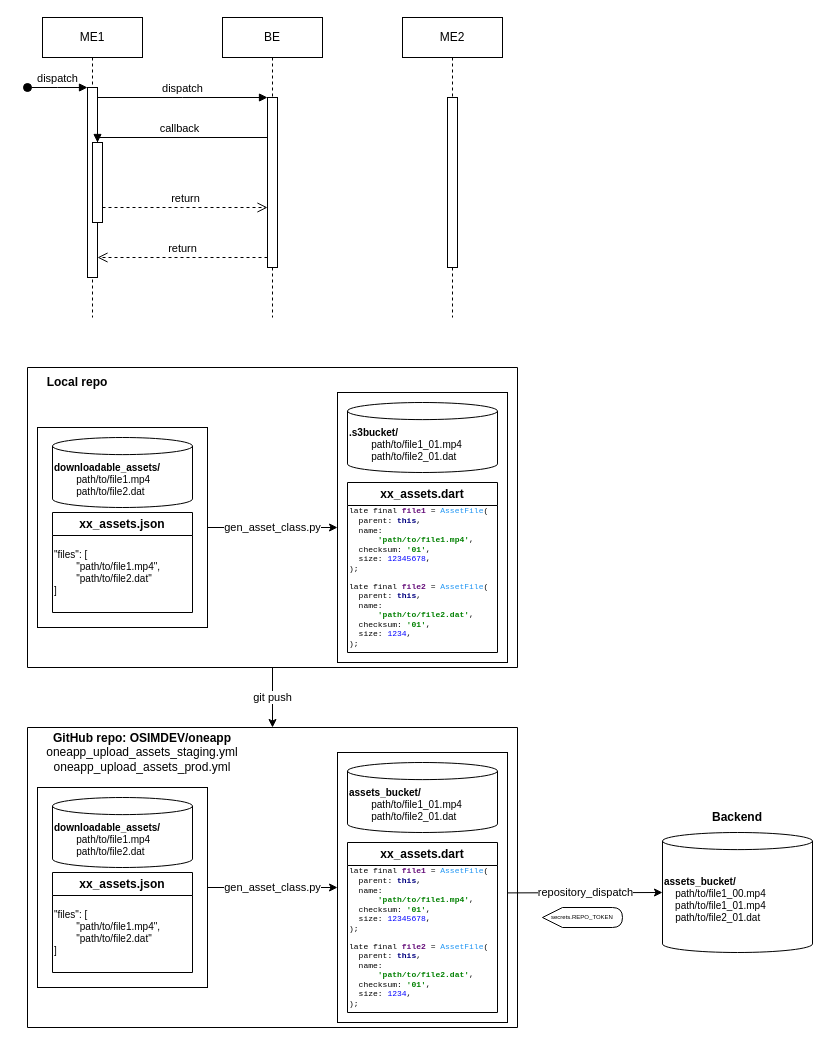
The draw.io diagram page "old workflow" (1 of 3) of Untitled Diagram.drawio in benjamin-tan-osim/diagrams, before the edit. Source tidied: cells renumbered, new cells numbered last; positions are measured from the earlier drawing's top-left corner, leaving out a move shared by most shapes. Both pictures are drawn from the tidied source at 100%, with x=0, y=0 at pixel (27, 17).
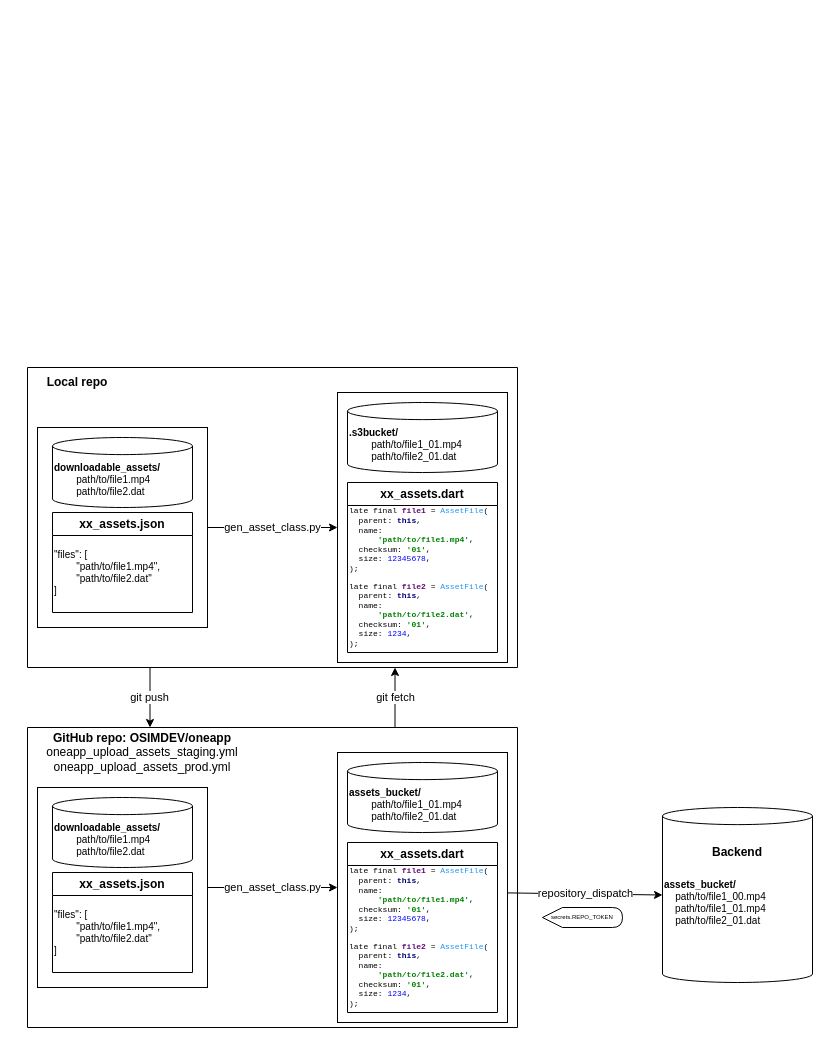
After the change.

Commit message:
proposed new workflow

Unchanged cells that the change refers to:
```xml
<mxCell id="26" style="swimlane;startSize=0;" parent="14" vertex="1">
  <mxGeometry width="490" height="300" as="geometry" />
</mxCell>
<mxCell id="40" style="swimlane;startSize=0;" parent="28" vertex="1">
  <mxGeometry width="490" height="300" as="geometry" />
</mxCell>
```

Diff of the diagram source:
```diff
@@
-    <mxCell id="2" value="ME1" style="shape=umlLifeline;perimeter=lifelinePerimeter;whiteSpace=wrap;html=1;newEdgeStyle={&quot;edgeStyle&quot;:&quot;elbowEdgeStyle&quot;,&quot;elbow&quot;:&quot;vertical&quot;,&quot;curved&quot;:0,&quot;rounded&quot;:0};" parent="1" vertex="1">
-      <mxGeometry x="15" width="100" height="300" as="geometry" />
-    </mxCell>
-    <mxCell id="3" style="html=1;points=[];perimeter=orthogonalPerimeter;outlineConnect=0;targetShapes=umlLifeline;portConstraint=eastwest;newEdgeStyle={&quot;edgeStyle&quot;:&quot;elbowEdgeStyle&quot;,&quot;elbow&quot;:&quot;vertical&quot;,&quot;curved&quot;:0,&quot;rounded&quot;:0};" parent="2" vertex="1">
-      <mxGeometry x="45" y="70" width="10" height="190" as="geometry" />
-    </mxCell>
-    <mxCell id="4" value="dispatch" style="html=1;verticalAlign=bottom;startArrow=oval;endArrow=block;startSize=8;edgeStyle=elbowEdgeStyle;elbow=vertical;curved=0;rounded=0;" parent="2" edge="1" target="3">
-      <mxGeometry relative="1" as="geometry">
-        <mxPoint x="-15" y="70" as="sourcePoint" />
-      </mxGeometry>
-    </mxCell>
-    <mxCell id="5" style="html=1;points=[];perimeter=orthogonalPerimeter;outlineConnect=0;targetShapes=umlLifeline;portConstraint=eastwest;newEdgeStyle={&quot;edgeStyle&quot;:&quot;elbowEdgeStyle&quot;,&quot;elbow&quot;:&quot;vertical&quot;,&quot;curved&quot;:0,&quot;rounded&quot;:0};" parent="2" vertex="1">
-      <mxGeometry x="50" y="125" width="10" height="80" as="geometry" />
-    </mxCell>
-    <mxCell id="6" value="BE" style="shape=umlLifeline;perimeter=lifelinePerimeter;whiteSpace=wrap;html=1;newEdgeStyle={&quot;edgeStyle&quot;:&quot;elbowEdgeStyle&quot;,&quot;elbow&quot;:&quot;vertical&quot;,&quot;curved&quot;:0,&quot;rounded&quot;:0};" parent="1" vertex="1">
-      <mxGeometry x="195" width="100" height="300" as="geometry" />
-    </mxCell>
-    <mxCell id="7" style="html=1;points=[];perimeter=orthogonalPerimeter;outlineConnect=0;targetShapes=umlLifeline;portConstraint=eastwest;newEdgeStyle={&quot;edgeStyle&quot;:&quot;elbowEdgeStyle&quot;,&quot;elbow&quot;:&quot;vertical&quot;,&quot;curved&quot;:0,&quot;rounded&quot;:0};" parent="6" vertex="1">
-      <mxGeometry x="45" y="80" width="10" height="170" as="geometry" />
-    </mxCell>
-    <mxCell id="8" value="dispatch" style="html=1;verticalAlign=bottom;endArrow=block;edgeStyle=elbowEdgeStyle;elbow=vertical;curved=0;rounded=0;" parent="1" edge="1" source="3" target="7">
-      <mxGeometry relative="1" as="geometry">
-        <Array as="points">
-          <mxPoint x="155" y="80" />
-        </Array>
-      </mxGeometry>
-    </mxCell>
-    <mxCell id="9" value="return" style="html=1;verticalAlign=bottom;endArrow=open;dashed=1;endSize=8;edgeStyle=elbowEdgeStyle;elbow=vertical;curved=0;rounded=0;" parent="1" edge="1" source="7" target="3">
-      <mxGeometry relative="1" as="geometry">
-        <Array as="points">
-          <mxPoint x="165" y="240" />
-        </Array>
-      </mxGeometry>
-    </mxCell>
-    <mxCell id="10" value="callback" style="html=1;verticalAlign=bottom;endArrow=block;edgeStyle=elbowEdgeStyle;elbow=vertical;curved=0;rounded=0;" parent="1" edge="1" source="7" target="5">
-      <mxGeometry relative="1" as="geometry">
-        <Array as="points">
-          <mxPoint x="165" y="120" />
-        </Array>
-      </mxGeometry>
-    </mxCell>
-    <mxCell id="11" value="return" style="html=1;verticalAlign=bottom;endArrow=open;dashed=1;endSize=8;edgeStyle=elbowEdgeStyle;elbow=vertical;curved=0;rounded=0;" parent="1" edge="1" source="5" target="7">
-      <mxGeometry relative="1" as="geometry">
-        <Array as="points">
-          <mxPoint x="155" y="190" />
-        </Array>
-      </mxGeometry>
-    </mxCell>
-    <mxCell id="12" value="ME2" style="shape=umlLifeline;perimeter=lifelinePerimeter;whiteSpace=wrap;html=1;newEdgeStyle={&quot;edgeStyle&quot;:&quot;elbowEdgeStyle&quot;,&quot;elbow&quot;:&quot;vertical&quot;,&quot;curved&quot;:0,&quot;rounded&quot;:0};" parent="1" vertex="1">
-      <mxGeometry x="375" width="100" height="300" as="geometry" />
-    </mxCell>
-    <mxCell id="13" style="html=1;perimeter=orthogonalPerimeter;targetShapes=umlLifeline;newEdgeStyle={&quot;edgeStyle&quot;:&quot;elbowEdgeStyle&quot;,&quot;elbow&quot;:&quot;vertical&quot;,&quot;curved&quot;:0,&quot;rounded&quot;:0};" parent="12" vertex="1">
-      <mxGeometry x="45" y="80" width="10" height="170" as="geometry" />
-    </mxCell>
@@
     <mxCell id="42" value="&lt;b style=&quot;font-size: 10px;&quot;&gt;assets_bucket/&lt;/b&gt;&lt;br style=&quot;font-size: 10px;&quot;&gt;&lt;span style=&quot;font-size: 10px;&quot;&gt;&lt;span style=&quot;white-space: pre;&quot;&gt;&amp;nbsp;&amp;nbsp;&amp;nbsp;&amp;nbsp;&lt;/span&gt;&lt;/span&gt;path/to/file1_00.mp4&lt;br&gt;&amp;nbsp; &amp;nbsp; path/to/file1_01.mp4&lt;br style=&quot;border-color: var(--border-color);&quot;&gt;&lt;span style=&quot;font-size: 10px;&quot;&gt;&lt;span style=&quot;white-space: pre;&quot;&gt;&amp;nbsp;&amp;nbsp;&amp;nbsp;&amp;nbsp;&lt;/span&gt;&lt;/span&gt;path/to/file2_01.dat" style="shape=cylinder3;whiteSpace=wrap;html=1;boundedLbl=1;backgroundOutline=1;size=8.555555555555486;align=left;fontSize=10;" parent="1" vertex="1">
-      <mxGeometry x="635" y="815" width="150" height="120" as="geometry" />
+      <mxGeometry x="635" y="790" width="150" height="175" as="geometry" />
     </mxCell>
-    <mxCell id="43" value="git push" style="endArrow=classic;html=1;rounded=0;exitX=0.5;exitY=1;exitDx=0;exitDy=0;entryX=0.5;entryY=0;entryDx=0;entryDy=0;" parent="1" edge="1" source="26" target="40">
+    <mxCell id="43" value="git push" style="endArrow=classic;html=1;rounded=0;exitX=0.25;exitY=1;exitDx=0;exitDy=0;entryX=0.25;entryY=0;entryDx=0;entryDy=0;" parent="1" edge="1" source="26" target="40">
       <mxGeometry relative="1" as="geometry" />
     </mxCell>
@@
     <mxCell id="46" value="Backend" style="text;html=1;strokeColor=none;fillColor=none;align=center;verticalAlign=middle;whiteSpace=wrap;rounded=0;fontStyle=1;" parent="1" vertex="1">
-      <mxGeometry x="680" y="785" width="60" height="30" as="geometry" />
+      <mxGeometry x="680" y="820" width="60" height="30" as="geometry" />
     </mxCell>
+    <mxCell id="47" value="git fetch" style="endArrow=classic;html=1;rounded=0;exitX=0.75;exitY=0;exitDx=0;exitDy=0;entryX=0.75;entryY=1;entryDx=0;entryDy=0;" parent="1" edge="1" source="40" target="26">
+      <mxGeometry relative="1" as="geometry" />
+    </mxCell>
```
